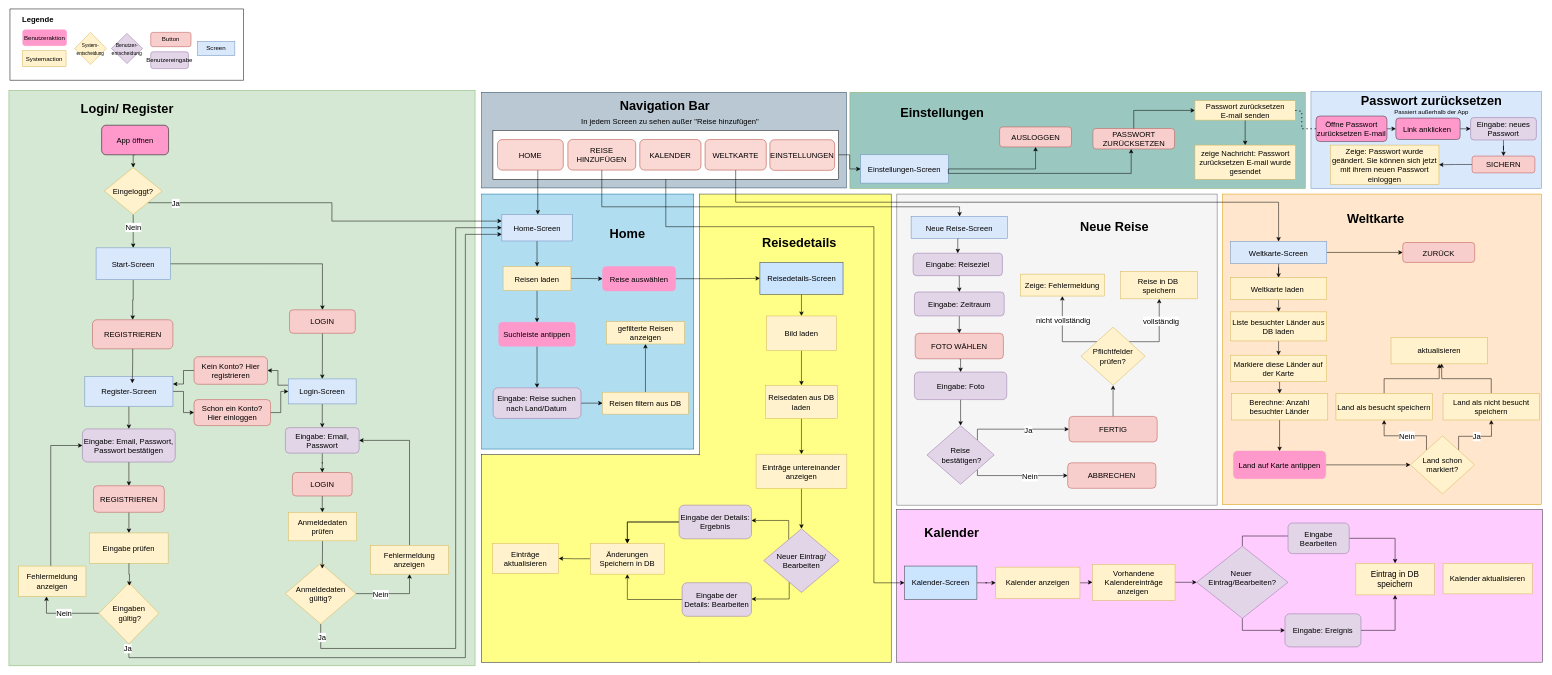
Before: MyTravels_Ablaufdiagramm.drawio in Tiberja/MyTravels, a draw.io diagram. Source tidied: cells renumbered, new cells numbered last; positions are measured from the earlier drawing's top-left corner, leaving out a move shared by most shapes. Both pictures are drawn from the tidied source at 51%, with x=0, y=0 at pixel (9, 9).
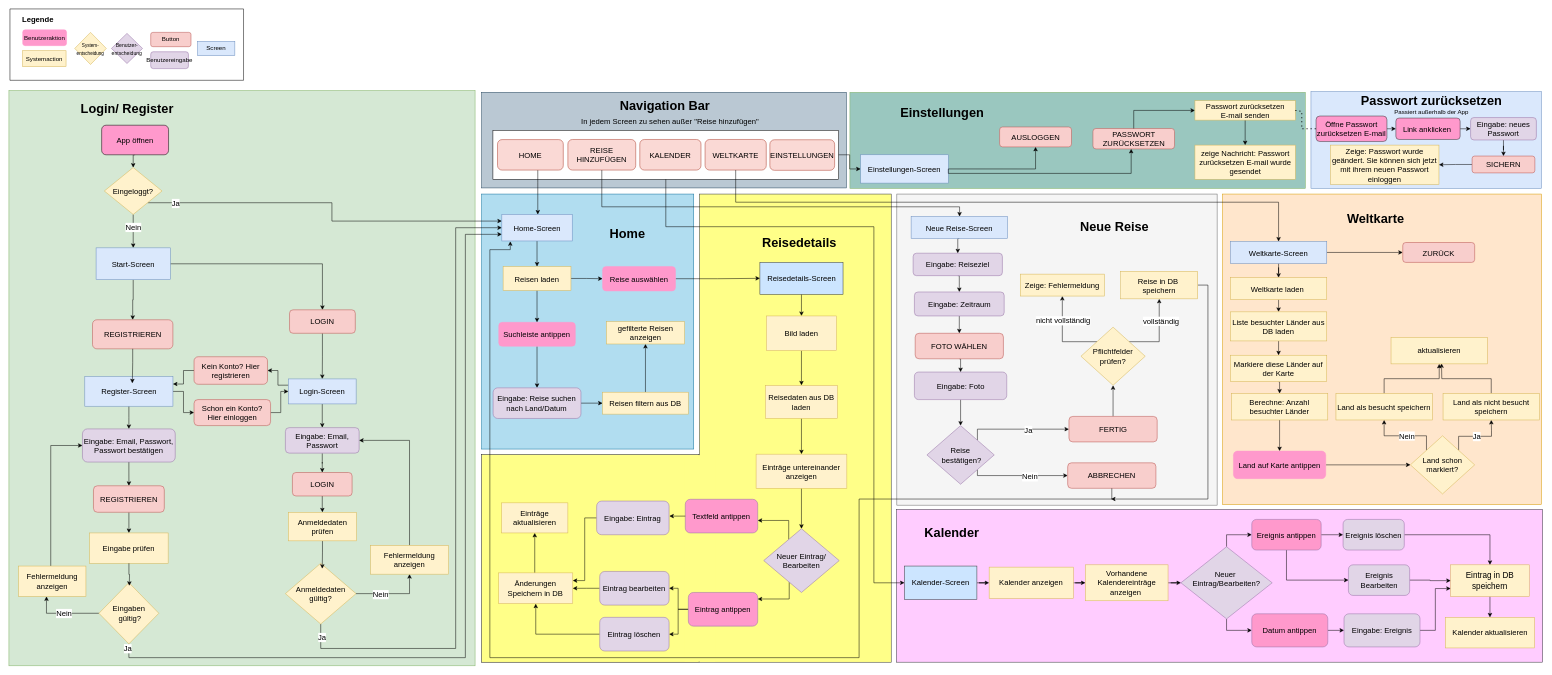
The same diagram, later.

The change refers to these unchanged cells:
```xml
<mxCell id="101" value="&lt;font style=&quot;font-size: 15px;&quot;&gt;Home-Screen&lt;/font&gt;" style="rounded=0;whiteSpace=wrap;html=1;fillColor=#dae8fc;strokeColor=#6c8ebf;" parent="1" vertex="1">
  <mxGeometry x="966.5" y="403" width="138" height="52" as="geometry" />
</mxCell>
<mxCell id="157" value="&lt;span style=&quot;font-size: 15px;&quot;&gt;ABBRECHEN&lt;/span&gt;" style="rounded=1;whiteSpace=wrap;html=1;fillColor=#f8cecc;strokeColor=#b85450;" parent="1" vertex="1">
  <mxGeometry x="2076" y="890" width="173" height="50" as="geometry" />
</mxCell>
<mxCell id="166" value="&lt;span style=&quot;font-size: 15px;&quot;&gt;Reise in DB&amp;nbsp;&lt;/span&gt;&lt;div&gt;&lt;span style=&quot;font-size: 15px;&quot;&gt;speichern&lt;/span&gt;&lt;/div&gt;" style="rounded=0;whiteSpace=wrap;html=1;fillColor=#fff2cc;strokeColor=#d6b656;" parent="1" vertex="1">
  <mxGeometry x="2180" y="514.5" width="151" height="54" as="geometry" />
</mxCell>
```

What changed in the source:
```diff
@@
     <mxCell id="134" value="&lt;span style=&quot;&quot;&gt;&lt;font style=&quot;font-size: 15px;&quot;&gt;Kalender anzeigen&lt;/font&gt;&lt;/span&gt;" style="rounded=0;whiteSpace=wrap;html=1;fillColor=#fff2cc;strokeColor=#d6b656;" parent="1" vertex="1">
-      <mxGeometry x="1935" y="1094.5" width="165" height="61.5" as="geometry" />
+      <mxGeometry x="1922" y="1094.5" width="165" height="61.5" as="geometry" />
     </mxCell>
@@
     <mxCell id="138" value="&lt;font style=&quot;font-size: 15px;&quot;&gt;Vorhandene Kalendereinträge anzeigen&amp;nbsp;&lt;/font&gt;" style="rounded=0;whiteSpace=wrap;html=1;fillColor=#fff2cc;strokeColor=#d6b656;" parent="1" vertex="1">
-      <mxGeometry x="2124.5" y="1089" width="162" height="70.5" as="geometry" />
+      <mxGeometry x="2110.8" y="1090" width="162" height="70.5" as="geometry" />
     </mxCell>
@@
     <mxCell id="144" value="&lt;font style=&quot;font-size: 15px;&quot;&gt;Neuer&amp;nbsp;&lt;/font&gt;&lt;div&gt;&lt;font style=&quot;font-size: 15px;&quot;&gt;Eintrag/Bearbeiten?&lt;/font&gt;&lt;div&gt;&lt;br&gt;&lt;/div&gt;&lt;/div&gt;" style="rhombus;whiteSpace=wrap;html=1;fillColor=#e1d5e7;strokeColor=#9673a6;" parent="1" vertex="1">
-      <mxGeometry x="2329" y="1053.5" width="179" height="141.5" as="geometry" />
+      <mxGeometry x="2298" y="1054.5" width="179" height="141.5" as="geometry" />
     </mxCell>
@@
-    <mxCell id="146" style="edgeStyle=orthogonalEdgeStyle;rounded=0;jettySize=auto;html=1;exitX=1;exitY=0.5;exitDx=0;exitDy=0;" parent="1" edge="1" source="147" target="150">
-      <mxGeometry relative="1" as="geometry" />
-    </mxCell>
+    <mxCell id="208" style="edgeStyle=orthogonalEdgeStyle;rounded=0;jettySize=auto;html=1;exitX=1;exitY=0.5;exitDx=0;exitDy=0;entryX=0;entryY=0.5;entryDx=0;entryDy=0;" parent="1" edge="1" source="147" target="216">
+      <mxGeometry relative="1" as="geometry" />
+    </mxCell>
-    <mxCell id="147" value="&lt;font style=&quot;font-size: 15px;&quot;&gt;Eingabe: Ereignis&lt;/font&gt;" style="rounded=1;whiteSpace=wrap;html=1;fillColor=#e1d5e7;strokeColor=#9673a6;" parent="1" vertex="1">
-      <mxGeometry x="2502" y="1186" width="149" height="65" as="geometry" />
+    <mxCell id="147" value="&lt;span style=&quot;font-size: 15px;&quot;&gt;Datum antippen&lt;/span&gt;" style="rounded=1;whiteSpace=wrap;html=1;fillColor=#FF99CC;strokeColor=#9673a6;" parent="1" vertex="1">
+      <mxGeometry x="2437" y="1186" width="149" height="65" as="geometry" />
     </mxCell>
@@
+    <mxCell id="209" style="edgeStyle=orthogonalEdgeStyle;rounded=0;jettySize=auto;html=1;exitX=0.5;exitY=1;exitDx=0;exitDy=0;" parent="1" edge="1" source="150" target="156">
+      <mxGeometry relative="1" as="geometry" />
+    </mxCell>
     <mxCell id="150" value="&lt;font style=&quot;font-size: 16px;&quot;&gt;Eintrag in DB speichern&lt;/font&gt;" style="rounded=0;whiteSpace=wrap;html=1;fillColor=#fff2cc;strokeColor=#d6b656;" parent="1" vertex="1">
-      <mxGeometry x="2641" y="1087" width="154" height="62" as="geometry" />
+      <mxGeometry x="2827" y="1090" width="154" height="62" as="geometry" />
     </mxCell>
@@
-    <mxCell id="153" style="edgeStyle=orthogonalEdgeStyle;rounded=0;jettySize=auto;html=1;exitX=1;exitY=0.5;exitDx=0;exitDy=0;entryX=0.5;entryY=0;entryDx=0;entryDy=0;" parent="1" edge="1" source="154" target="150">
-      <mxGeometry relative="1" as="geometry" />
-    </mxCell>
+    <mxCell id="210" style="edgeStyle=orthogonalEdgeStyle;rounded=0;jettySize=auto;html=1;exitX=1;exitY=0.5;exitDx=0;exitDy=0;entryX=0;entryY=0.5;entryDx=0;entryDy=0;" parent="1" edge="1" source="154" target="218">
+      <mxGeometry relative="1" as="geometry" />
+    </mxCell>
+    <mxCell id="211" style="edgeStyle=orthogonalEdgeStyle;rounded=0;jettySize=auto;html=1;exitX=0.5;exitY=1;exitDx=0;exitDy=0;entryX=0;entryY=0.5;entryDx=0;entryDy=0;" parent="1" edge="1" source="154" target="220">
+      <mxGeometry relative="1" as="geometry" />
+    </mxCell>
-    <mxCell id="154" value="&lt;span style=&quot;&quot;&gt;&lt;font style=&quot;font-size: 15px;&quot;&gt;Eingabe Bearbeiten&lt;/font&gt;&lt;/span&gt;" style="rounded=1;whiteSpace=wrap;html=1;fillColor=#e1d5e7;strokeColor=#9673a6;align=center;" parent="1" vertex="1">
-      <mxGeometry x="2508" y="1008" width="120" height="60" as="geometry" />
+    <mxCell id="154" value="&lt;span style=&quot;&quot;&gt;&lt;font style=&quot;font-size: 15px;&quot;&gt;Ereignis antippen&lt;/font&gt;&lt;/span&gt;" style="rounded=1;whiteSpace=wrap;html=1;fillColor=#FF99CC;strokeColor=#9673a6;align=center;" parent="1" vertex="1">
+      <mxGeometry x="2437" y="1001" width="136" height="60" as="geometry" />
     </mxCell>
@@
     <mxCell id="156" value="&lt;font style=&quot;font-size: 15px;&quot;&gt;Kalender&lt;/font&gt;&amp;nbsp;&lt;span style=&quot;text-align: start;&quot;&gt;&lt;font style=&quot;font-size: 15px;&quot;&gt;aktualisieren&lt;/font&gt;&lt;/span&gt;" style="rounded=0;whiteSpace=wrap;html=1;fillColor=#fff2cc;strokeColor=#d6b656;" parent="1" vertex="1">
-      <mxGeometry x="2812" y="1087" width="175" height="60" as="geometry" />
+      <mxGeometry x="2816.5" y="1193" width="175" height="60" as="geometry" />
     </mxCell>
@@
+    <mxCell id="212" style="edgeStyle=orthogonalEdgeStyle;rounded=0;jettySize=auto;html=1;exitX=1;exitY=0.5;exitDx=0;exitDy=0;" parent="1" edge="1" source="166">
+      <mxGeometry relative="1" as="geometry">
+        <mxPoint x="2161" y="961" as="targetPoint" />
+        <Array as="points">
+          <mxPoint x="2351" y="542" />
+          <mxPoint x="2351" y="961" />
+        </Array>
+      </mxGeometry>
+    </mxCell>
@@
-    <mxCell id="180" style="edgeStyle=orthogonalEdgeStyle;rounded=0;jettySize=auto;html=1;entryX=0.5;entryY=0;entryDx=0;entryDy=0;" parent="1" edge="1" source="200" target="185">
-      <mxGeometry relative="1" as="geometry" />
-    </mxCell>
-    <mxCell id="181" style="edgeStyle=orthogonalEdgeStyle;rounded=0;jettySize=auto;html=1;entryX=0.5;entryY=0;entryDx=0;entryDy=0;" parent="1" edge="1" source="200" target="185">
-      <mxGeometry relative="1" as="geometry" />
-    </mxCell>
-    <mxCell id="182" style="edgeStyle=orthogonalEdgeStyle;rounded=0;jettySize=auto;html=1;exitX=0;exitY=0.5;exitDx=0;exitDy=0;entryX=0.5;entryY=1;entryDx=0;entryDy=0;" parent="1" edge="1" source="183" target="185">
-      <mxGeometry relative="1" as="geometry" />
-    </mxCell>
+    <mxCell id="213" style="edgeStyle=orthogonalEdgeStyle;rounded=0;jettySize=auto;html=1;exitX=0;exitY=0.5;exitDx=0;exitDy=0;entryX=1;entryY=0.5;entryDx=0;entryDy=0;" parent="1" edge="1" source="183" target="226">
+      <mxGeometry relative="1" as="geometry" />
+    </mxCell>
+    <mxCell id="214" style="edgeStyle=orthogonalEdgeStyle;rounded=0;jettySize=auto;html=1;exitX=0;exitY=0.5;exitDx=0;exitDy=0;entryX=1;entryY=0.5;entryDx=0;entryDy=0;" parent="1" edge="1" source="183" target="224">
+      <mxGeometry relative="1" as="geometry" />
+    </mxCell>
-    <mxCell id="183" value="&lt;font style=&quot;font-size: 15px;&quot;&gt;Eingabe der Details: Bearbeiten&lt;/font&gt;" style="rounded=1;whiteSpace=wrap;html=1;fillColor=#e1d5e7;strokeColor=#9673a6;" parent="1" vertex="1">
-      <mxGeometry x="1320" y="1125" width="136" height="66" as="geometry" />
+    <mxCell id="183" value="&lt;span style=&quot;font-size: 15px;&quot;&gt;Eintrag antippen&lt;/span&gt;" style="rounded=1;whiteSpace=wrap;html=1;fillColor=#FF99CC;strokeColor=#9673a6;" parent="1" vertex="1">
+      <mxGeometry x="1332.2" y="1144.2" width="136" height="66" as="geometry" />
     </mxCell>
     <mxCell id="184" style="edgeStyle=orthogonalEdgeStyle;rounded=0;jettySize=auto;html=1;" parent="1" edge="1" source="185" target="186">
-      <mxGeometry relative="1" as="geometry" />
+      <mxGeometry relative="1" as="geometry">
+        <Array as="points">
+          <mxPoint x="1031" y="1105" />
+        </Array>
+      </mxGeometry>
     </mxCell>
     <mxCell id="185" value="&lt;font style=&quot;font-size: 15px;&quot;&gt;Änderungen Speichern in DB&lt;/font&gt;" style="rounded=0;whiteSpace=wrap;html=1;fillColor=#fff2cc;strokeColor=#d6b656;" parent="1" vertex="1">
-      <mxGeometry x="1140" y="1047.8" width="145.2" height="60.5" as="geometry" />
+      <mxGeometry x="960.4" y="1105.8" width="145.2" height="60.5" as="geometry" />
     </mxCell>
     <mxCell id="186" value="&lt;span style=&quot;text-align: start;&quot;&gt;&lt;font style=&quot;font-size: 15px;&quot;&gt;Einträge aktualisieren&lt;/font&gt;&lt;/span&gt;" style="rounded=0;whiteSpace=wrap;html=1;fillColor=#fff2cc;strokeColor=#d6b656;" parent="1" vertex="1">
-      <mxGeometry x="948" y="1048" width="130" height="59" as="geometry" />
+      <mxGeometry x="966" y="968.5" width="130" height="59" as="geometry" />
     </mxCell>
@@
-    <mxCell id="200" value="&lt;font style=&quot;font-size: 15px;&quot;&gt;Eingabe der Details: Ergebnis&lt;/font&gt;" style="rounded=1;whiteSpace=wrap;html=1;fillColor=#e1d5e7;strokeColor=#9673a6;" parent="1" vertex="1">
-      <mxGeometry x="1314" y="973" width="142" height="66" as="geometry" />
+    <mxCell id="200" value="&lt;span style=&quot;font-size: 15px;&quot;&gt;Textfeld antippen&lt;/span&gt;" style="rounded=1;whiteSpace=wrap;html=1;fillColor=#FF99CC;strokeColor=#9673a6;" parent="1" vertex="1">
+      <mxGeometry x="1326.2" y="961.5" width="142" height="66" as="geometry" />
     </mxCell>
@@
+    <mxCell id="215" style="edgeStyle=orthogonalEdgeStyle;rounded=0;jettySize=auto;html=1;exitX=1;exitY=0.5;exitDx=0;exitDy=0;entryX=0;entryY=0.75;entryDx=0;entryDy=0;" parent="1" edge="1" source="216" target="150">
+      <mxGeometry relative="1" as="geometry" />
+    </mxCell>
+    <mxCell id="216" value="&lt;font style=&quot;font-size: 15px;&quot;&gt;Eingabe: Ereignis&lt;/font&gt;" style="rounded=1;whiteSpace=wrap;html=1;fillColor=#e1d5e7;strokeColor=#9673a6;" parent="1" vertex="1">
+      <mxGeometry x="2617.8" y="1186" width="149" height="65" as="geometry" />
+    </mxCell>
+    <mxCell id="217" style="edgeStyle=orthogonalEdgeStyle;rounded=0;jettySize=auto;html=1;exitX=1;exitY=0.5;exitDx=0;exitDy=0;" parent="1" edge="1" source="218" target="150">
+      <mxGeometry relative="1" as="geometry" />
+    </mxCell>
+    <mxCell id="218" value="&lt;span style=&quot;font-size: 15px;&quot;&gt;Ereignis löschen&lt;/span&gt;" style="rounded=1;whiteSpace=wrap;html=1;fillColor=#e1d5e7;strokeColor=#9673a6;align=center;" parent="1" vertex="1">
+      <mxGeometry x="2616" y="1001" width="120" height="60" as="geometry" />
+    </mxCell>
+    <mxCell id="219" style="edgeStyle=orthogonalEdgeStyle;rounded=0;jettySize=auto;html=1;exitX=1;exitY=0.5;exitDx=0;exitDy=0;" parent="1" edge="1" source="220" target="150">
+      <mxGeometry relative="1" as="geometry" />
+    </mxCell>
+    <mxCell id="220" value="&lt;span style=&quot;&quot;&gt;&lt;font style=&quot;font-size: 15px;&quot;&gt;Ereignis Bearbeiten&lt;/font&gt;&lt;/span&gt;" style="rounded=1;whiteSpace=wrap;html=1;fillColor=#e1d5e7;strokeColor=#9673a6;align=center;" parent="1" vertex="1">
+      <mxGeometry x="2626.5" y="1090" width="120" height="60" as="geometry" />
+    </mxCell>
+    <mxCell id="221" style="edgeStyle=orthogonalEdgeStyle;rounded=0;jettySize=auto;html=1;exitX=0;exitY=0.5;exitDx=0;exitDy=0;entryX=1;entryY=0.25;entryDx=0;entryDy=0;" parent="1" edge="1" source="222" target="185">
+      <mxGeometry relative="1" as="geometry" />
+    </mxCell>
+    <mxCell id="222" value="&lt;span style=&quot;font-size: 15px;&quot;&gt;Eingabe: Eintrag&lt;/span&gt;" style="rounded=1;whiteSpace=wrap;html=1;fillColor=#e1d5e7;strokeColor=#9673a6;" parent="1" vertex="1">
+      <mxGeometry x="1152.4" y="965" width="142" height="66" as="geometry" />
+    </mxCell>
+    <mxCell id="223" style="edgeStyle=orthogonalEdgeStyle;rounded=0;jettySize=auto;html=1;exitX=0;exitY=0.5;exitDx=0;exitDy=0;" parent="1" edge="1" source="224" target="185">
+      <mxGeometry relative="1" as="geometry" />
+    </mxCell>
+    <mxCell id="224" value="&lt;span style=&quot;font-size: 15px;&quot;&gt;Eintrag bearbeiten&lt;/span&gt;" style="rounded=1;whiteSpace=wrap;html=1;fillColor=#e1d5e7;strokeColor=#9673a6;" parent="1" vertex="1">
+      <mxGeometry x="1158.4" y="1103" width="136" height="66" as="geometry" />
+    </mxCell>
+    <mxCell id="225" style="edgeStyle=orthogonalEdgeStyle;rounded=0;jettySize=auto;html=1;exitX=0;exitY=0.5;exitDx=0;exitDy=0;entryX=0.5;entryY=1;entryDx=0;entryDy=0;" parent="1" edge="1" source="226" target="185">
+      <mxGeometry relative="1" as="geometry" />
+    </mxCell>
+    <mxCell id="226" value="&lt;span style=&quot;font-size: 15px;&quot;&gt;Eintrag löschen&lt;/span&gt;" style="rounded=1;whiteSpace=wrap;html=1;fillColor=#e1d5e7;strokeColor=#9673a6;" parent="1" vertex="1">
+      <mxGeometry x="1158.4" y="1193" width="136" height="66" as="geometry" />
+    </mxCell>
+    <mxCell id="227" style="edgeStyle=orthogonalEdgeStyle;rounded=0;jettySize=auto;html=1;exitX=0;exitY=0.5;exitDx=0;exitDy=0;" parent="1" edge="1" source="200">
+      <mxGeometry relative="1" as="geometry">
+        <mxPoint x="1295" y="995" as="targetPoint" />
+      </mxGeometry>
+    </mxCell>
+    <mxCell id="228" style="edgeStyle=orthogonalEdgeStyle;rounded=0;jettySize=auto;html=1;exitX=0.5;exitY=1;exitDx=0;exitDy=0;entryX=0.12;entryY=1.014;entryDx=0;entryDy=0;entryPerimeter=0;" parent="1" edge="1" source="157" target="101">
+      <mxGeometry relative="1" as="geometry">
+        <Array as="points">
+          <mxPoint x="2163" y="961" />
+          <mxPoint x="1667" y="961" />
+          <mxPoint x="1667" y="1272" />
+          <mxPoint x="943" y="1272" />
+          <mxPoint x="943" y="472" />
+          <mxPoint x="983" y="472" />
+        </Array>
+      </mxGeometry>
+    </mxCell>
```
